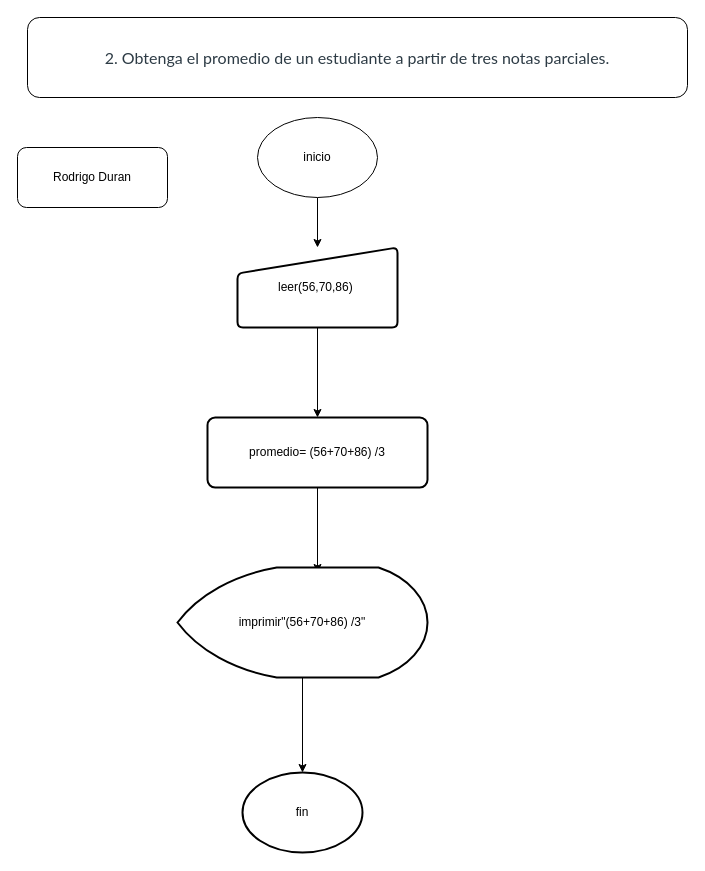
This is page "Page-2" (2 of 3) of Untitled Diagram.drawio from 12RodrigoDuran/Formula, a draw.io file, before an edit. Source tidied: cells renumbered, new cells numbered last; positions are measured from the earlier drawing's top-left corner, leaving out a move shared by most shapes. Both pictures are drawn from the tidied source at 100%, with x=0, y=0 at pixel (17, 17).
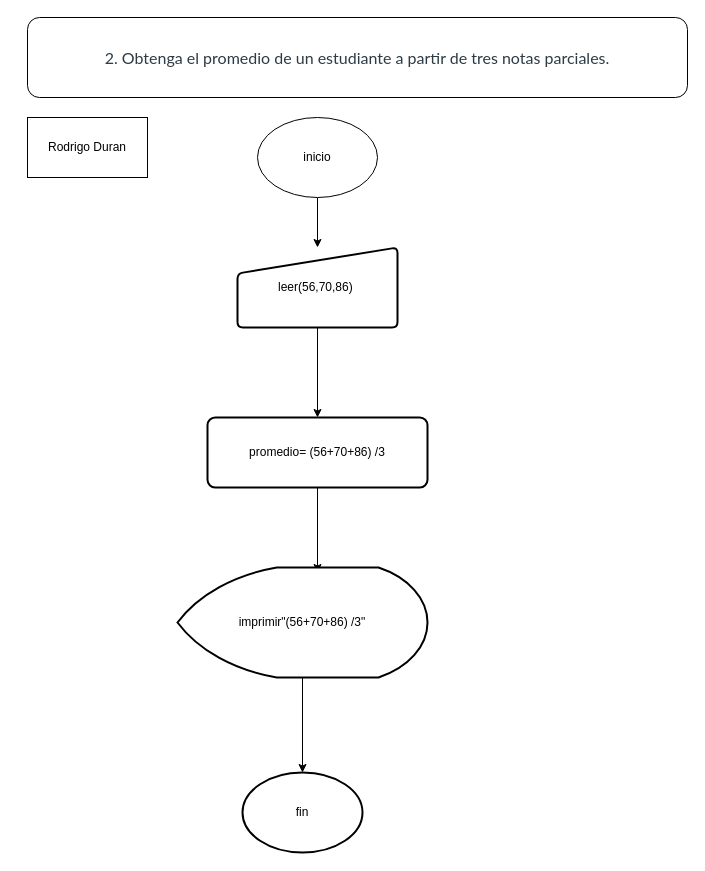
The same diagram, later.

Commit message (it also covers changes not shown here):
EJERCICIOS CORREGIDOS. Rodrigo Duran

What changed in the source:
```diff
@@
 <mxGraphModel>
   <root>
     <mxCell id="0" />
     <mxCell id="1" parent="0" />
     <mxCell id="2" value="&lt;br&gt;&lt;span style=&quot;background-color: rgb(255 , 255 , 255) ; color: rgb(45 , 59 , 69) ; font-family: &amp;#34;latoweb&amp;#34; , &amp;#34;lato extended&amp;#34; , &amp;#34;lato&amp;#34; , &amp;#34;helvetica neue&amp;#34; , &amp;#34;helvetica&amp;#34; , &amp;#34;arial&amp;#34; , sans-serif ; font-size: 16px&quot;&gt;2. Obtenga el promedio de un estudiante a partir de tres notas parciales.&lt;/span&gt;&lt;br&gt;&lt;br&gt;" style="rounded=1;whiteSpace=wrap;html=1;" parent="1" vertex="1">
       <mxGeometry x="10" width="660" height="80" as="geometry" />
     </mxCell>
     <mxCell id="3" style="edgeStyle=orthogonalEdgeStyle;rounded=0;jettySize=auto;html=1;" parent="1" edge="1" source="4" target="6">
       <mxGeometry relative="1" as="geometry" />
     </mxCell>
     <mxCell id="4" value="inicio" style="ellipse;whiteSpace=wrap;html=1;" parent="1" vertex="1">
       <mxGeometry x="240" y="100" width="120" height="80" as="geometry" />
     </mxCell>
     <mxCell id="5" style="edgeStyle=orthogonalEdgeStyle;rounded=0;jettySize=auto;html=1;" parent="1" edge="1" source="6" target="8">
       <mxGeometry relative="1" as="geometry" />
     </mxCell>
     <mxCell id="6" value="leer(56,70,86)&amp;nbsp;" style="html=1;strokeWidth=2;shape=manualInput;whiteSpace=wrap;rounded=1;size=26;arcSize=11;" parent="1" vertex="1">
       <mxGeometry x="220" y="230" width="160" height="80" as="geometry" />
     </mxCell>
     <mxCell id="7" style="edgeStyle=orthogonalEdgeStyle;rounded=0;jettySize=auto;html=1;" parent="1" edge="1" source="8">
       <mxGeometry relative="1" as="geometry">
         <mxPoint x="300" y="555" as="targetPoint" />
       </mxGeometry>
     </mxCell>
     <mxCell id="8" value="promedio= (56+70+86) /3" style="whiteSpace=wrap;html=1;rounded=1;strokeWidth=2;arcSize=11;" parent="1" vertex="1">
       <mxGeometry x="190" y="400" width="220" height="70" as="geometry" />
     </mxCell>
     <mxCell id="9" style="edgeStyle=orthogonalEdgeStyle;rounded=0;jettySize=auto;html=1;" parent="1" edge="1" source="10" target="11">
       <mxGeometry relative="1" as="geometry" />
     </mxCell>
     <mxCell id="10" value="imprimir&quot;(56+70+86) /3&quot;" style="strokeWidth=2;html=1;shape=mxgraph.flowchart.display;whiteSpace=wrap;" parent="1" vertex="1">
       <mxGeometry x="160" y="550" width="250" height="110" as="geometry" />
     </mxCell>
     <mxCell id="11" value="fin" style="ellipse;whiteSpace=wrap;html=1;strokeWidth=2;" parent="1" vertex="1">
       <mxGeometry x="225" y="755" width="120" height="80" as="geometry" />
     </mxCell>
-    <mxCell id="12" value="Rodrigo Duran" style="rounded=1;whiteSpace=wrap;html=1;" parent="1" vertex="1">
-      <mxGeometry y="130" width="150" height="60" as="geometry" />
+    <mxCell id="12" value="Rodrigo Duran" style="rounded=0;whiteSpace=wrap;html=1;" parent="1" vertex="1">
+      <mxGeometry x="10" y="100" width="120" height="60" as="geometry" />
     </mxCell>
   </root>
 </mxGraphModel>
```
